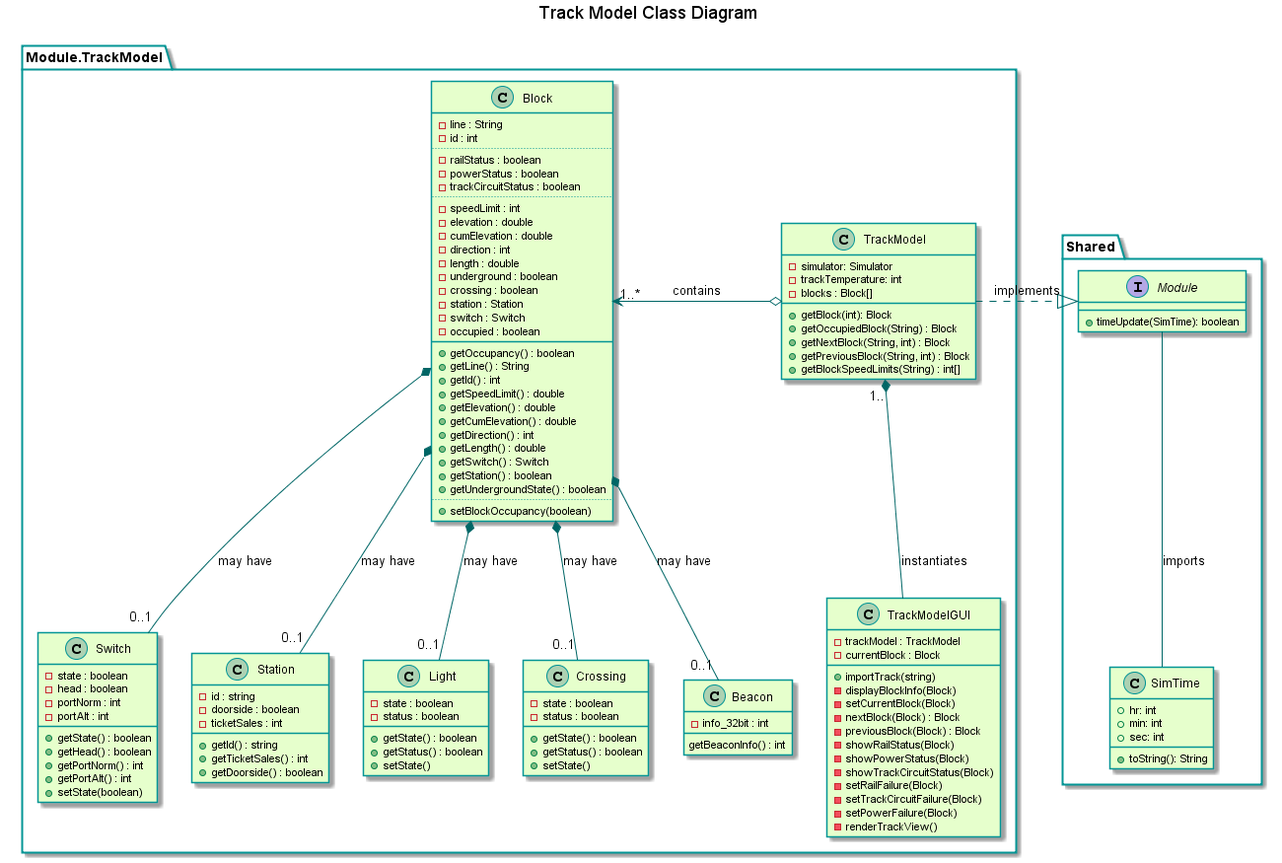
Earlier version of the PlantUML export TrainSystem/yUML/Class Diagrams/TrackModelClassDiagram.png (kevingilboy/COE1186).
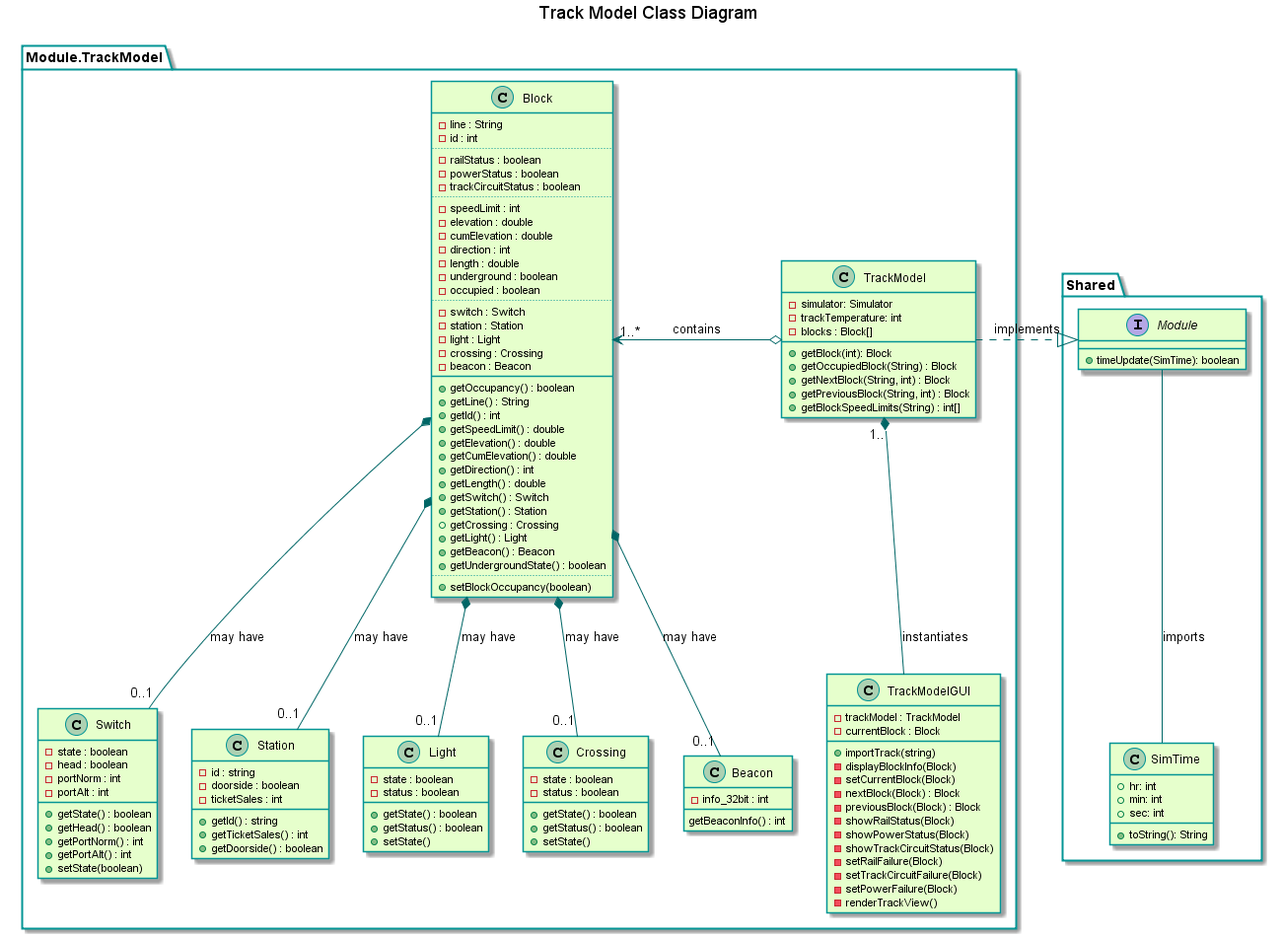
After the change.

Commit message:
Added Beacon Transmission Sequence to Overall, TrackModel class diagram reorganization

Change to the diagram source:
```diff
@@ -45,10 +45,13 @@
         -direction : int
         -length : double
         -underground : boolean
-        -crossing : boolean
+        -occupied : boolean
+        ..
+        -switch : Switch
         -station : Station
-        -switch : Switch
-        -occupied : boolean
+        -light : Light
+        -crossing : Crossing
+        -beacon : Beacon
         __
         +getOccupancy() : boolean
         +getLine() : String
@@ -59,7 +62,10 @@
         +getDirection() : int
         +getLength() : double
         +getSwitch() : Switch
-        +getStation() : boolean
+        +getStation() : Station
+        +getCrossing : Crossing
+        +getLight() : Light
+        +getBeacon() : Beacon
         +getUndergroundState() : boolean
         ..
         +setBlockOccupancy(boolean)
```
